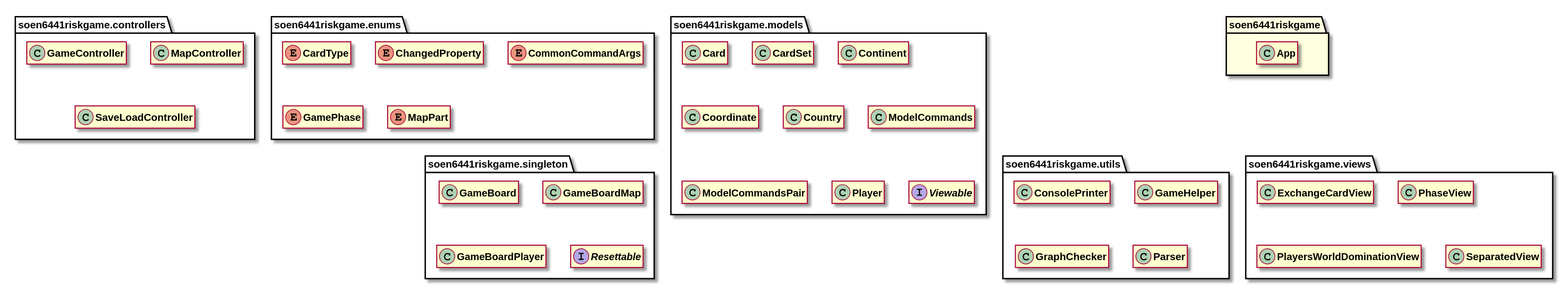
Earlier version of the PlantUML export docs/javadocs/soen6441riskgame/package-summary.svg (huntertran/soen6441-riskgame).
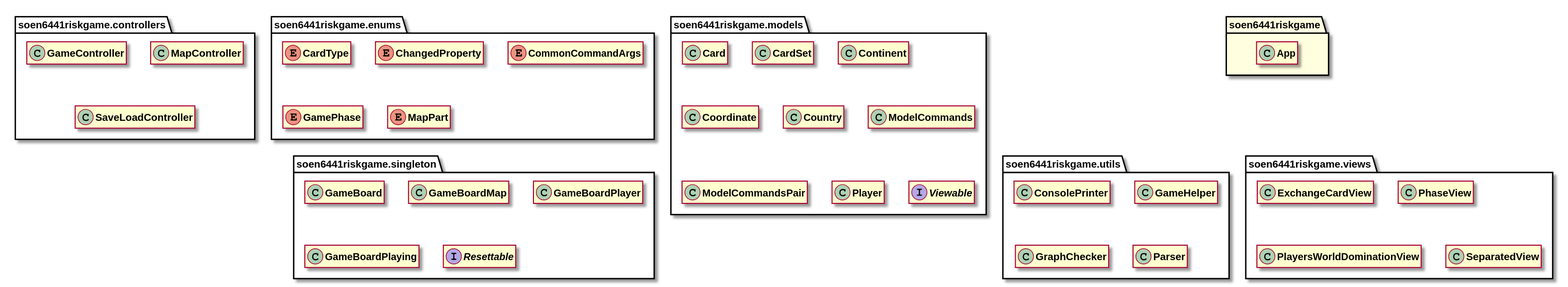
Above is the later version.

The edit, as a diff of the source:
```diff
@@ -143,6 +143,12 @@
 hide soen6441riskgame.singleton.GameBoardPlayer fields
 hide soen6441riskgame.singleton.GameBoardPlayer methods
 
+class "<b><size:14>GameBoardPlaying</b>" as soen6441riskgame.singleton.GameBoardPlaying  [[../soen6441riskgame/singleton/GameBoardPlaying.html{soen6441riskgame.singleton.GameBoardPlaying}]] {
+}
+
+hide soen6441riskgame.singleton.GameBoardPlaying fields
+hide soen6441riskgame.singleton.GameBoardPlaying methods
+
 interface "<b><size:14>Resettable</b>" as soen6441riskgame.singleton.Resettable  [[../soen6441riskgame/singleton/Resettable.html{soen6441riskgame.singleton.Resettable}]] {
 }
 
```
